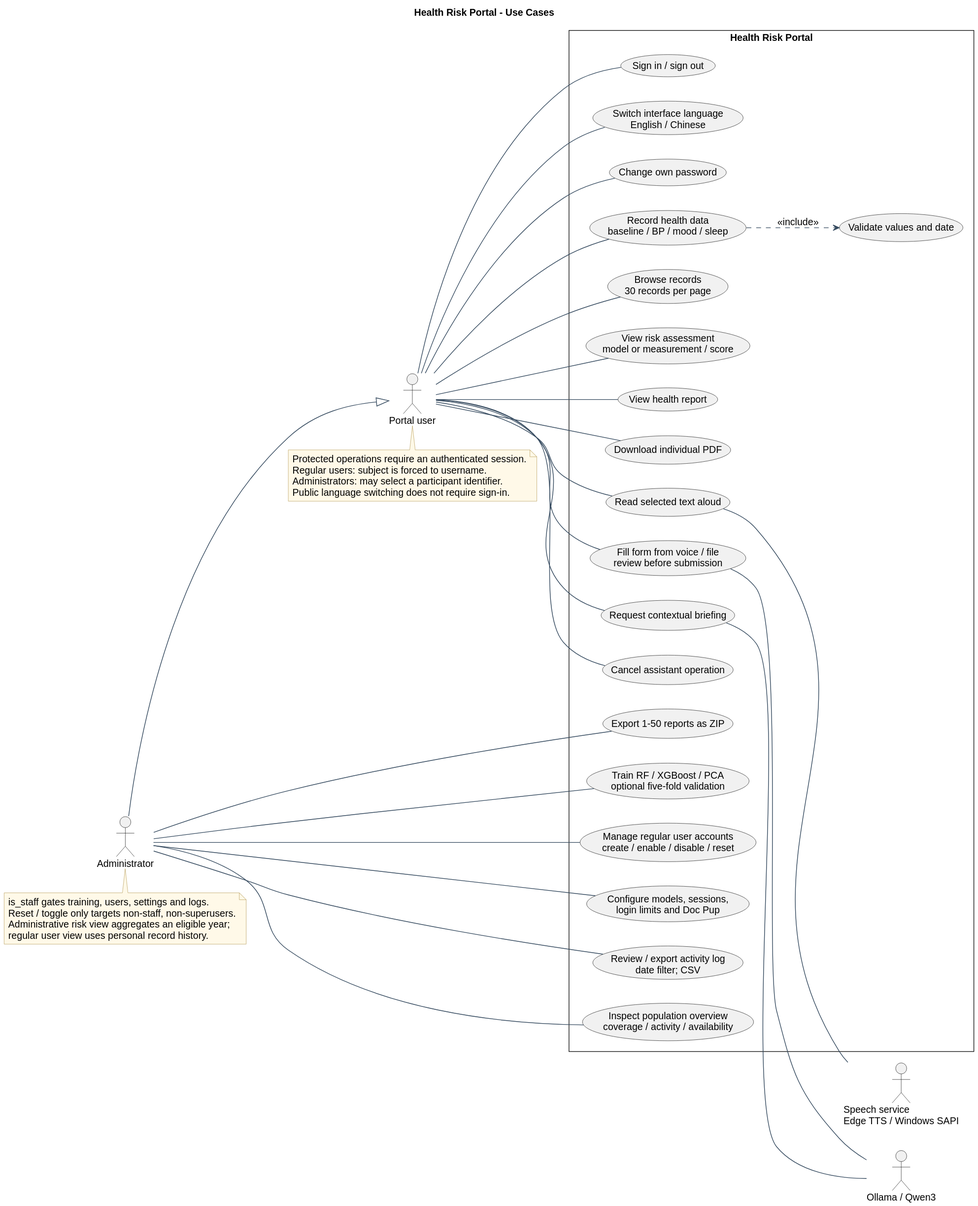
Before: docs/svg/01-use-cases.svg, a diagram exported from PlantUML (ed0ard/Health-Risk-Portal-Prototype).
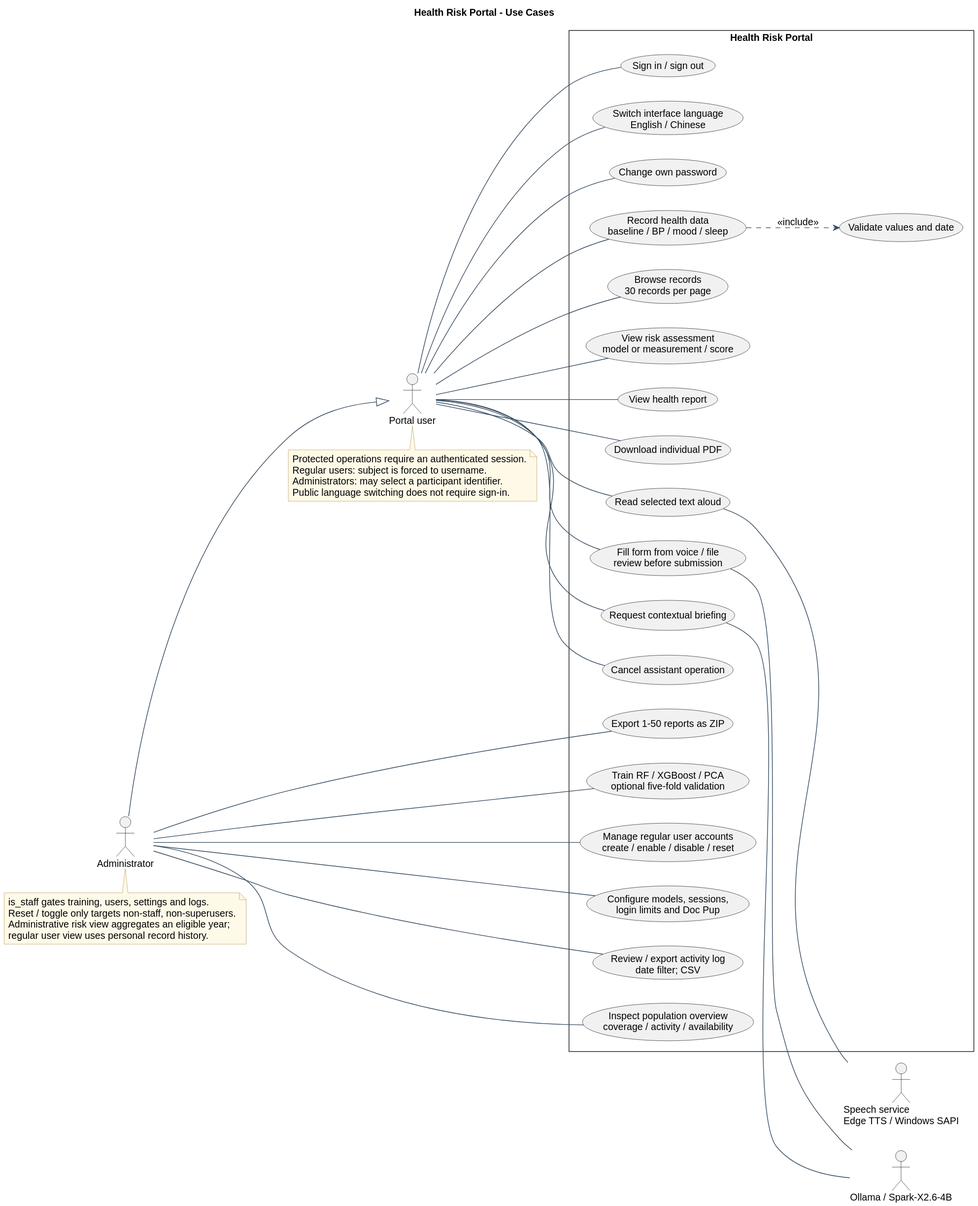
Later version of the same file.

The edit, as a diff of the source:
```diff
@@ -4,7 +4,7 @@
 title Health Risk Portal - Use Cases
 actor "Portal user" as User
 actor "Administrator" as Admin
-actor "Ollama / Qwen3" as LLM
+actor "Ollama / Spark-X2.6-4B" as LLM
 actor "Speech service\nEdge TTS / Windows SAPI" as Speech
 Admin --|> User
 rectangle "Health Risk Portal" {
```
